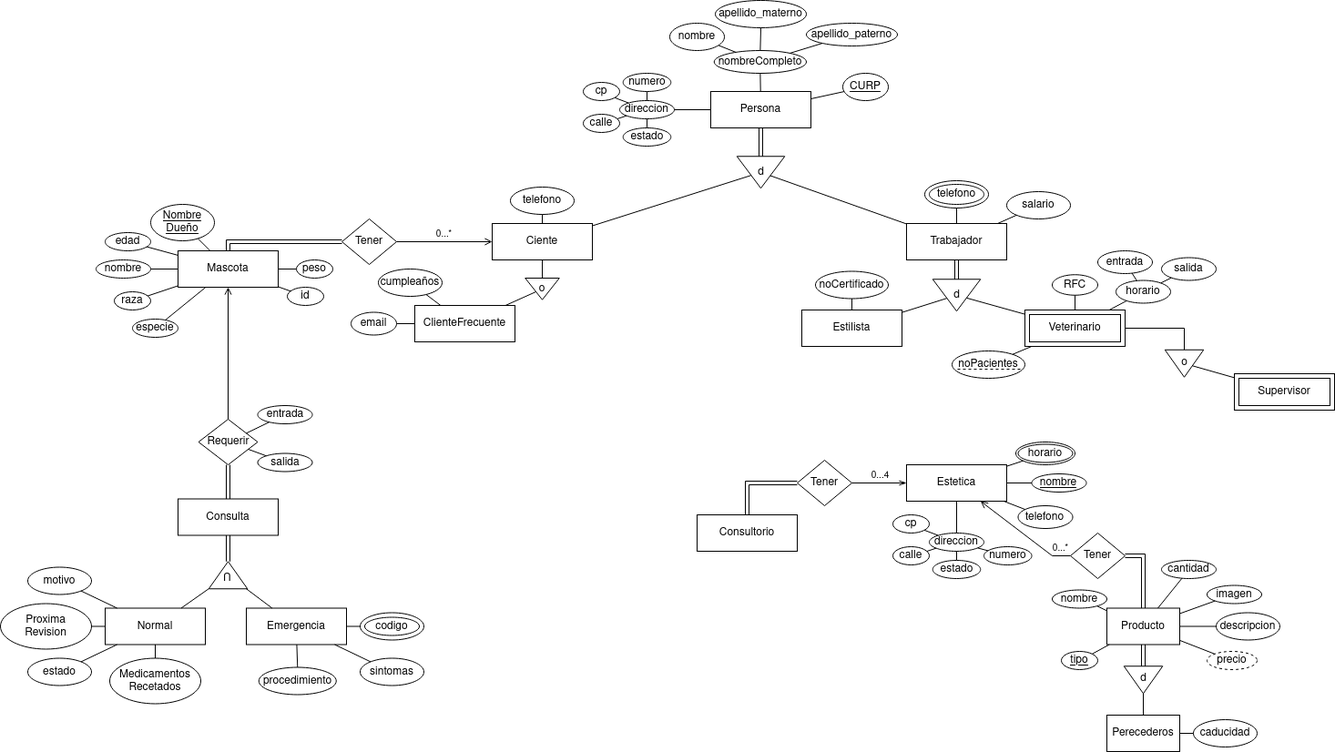
DavidHdezU/FundamentosBasesDeDatosPracticas keeps this draw.io diagram as Practica03_DVDSJ/Diagramas/ERDVDSJ.png. Above is the earlier version. Source tidied: cells renumbered, new cells last; positions are measured from the earlier drawing's top-left corner, leaving out a move shared by most shapes.
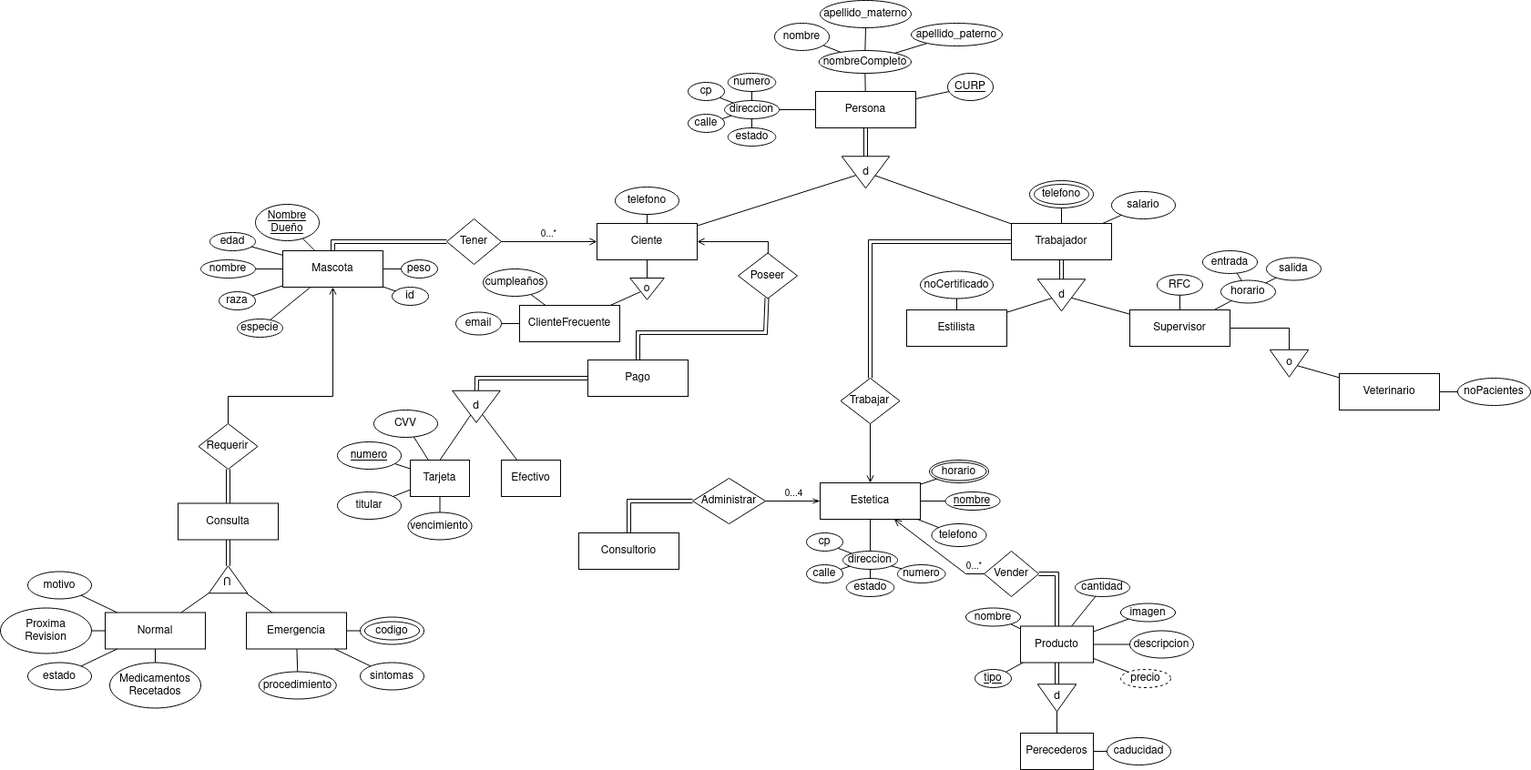
After the change.

The edit, as a diff of the source:
```diff
@@ -127,3 +127,3 @@
     </mxCell>
-    <mxCell id="43" value="Veterinario" style="rounded=0;whiteSpace=wrap;html=1;" parent="1" vertex="1">
+    <mxCell id="43" value="Supervisor" style="rounded=0;whiteSpace=wrap;html=1;" parent="1" vertex="1">
       <mxGeometry x="1125" y="340" width="110" height="40" as="geometry" />
@@ -134,3 +134,3 @@
     <mxCell id="45" value="noPacientes" style="ellipse;whiteSpace=wrap;html=1;" parent="1" vertex="1">
-      <mxGeometry x="1045" y="385" width="80" height="30" as="geometry" />
+      <mxGeometry x="1485" y="415" width="80" height="30" as="geometry" />
     </mxCell>
@@ -145,3 +145,3 @@
     </mxCell>
-    <mxCell id="49" style="endArrow=none;html=1;rounded=0;fontSize=11;" parent="1" edge="1" source="43" target="45">
+    <mxCell id="49" style="endArrow=none;html=1;rounded=0;fontSize=11;" parent="1" edge="1" source="59" target="45">
       <mxGeometry relative="1" as="geometry" />
@@ -172,6 +172,3 @@
     </mxCell>
-    <mxCell id="58" style="rounded=0;whiteSpace=wrap;html=1;fillColor=none;" parent="1" vertex="1">
-      <mxGeometry x="1130" y="345" width="100" height="30" as="geometry" />
-    </mxCell>
-    <mxCell id="59" value="Supervisor" style="rounded=0;whiteSpace=wrap;html=1;" parent="1" vertex="1">
+    <mxCell id="59" value="Veterinario" style="rounded=0;whiteSpace=wrap;html=1;" parent="1" vertex="1">
       <mxGeometry x="1355" y="410" width="110" height="40" as="geometry" />
@@ -185,19 +182,10 @@
     </mxCell>
-    <mxCell id="61" style="rounded=0;whiteSpace=wrap;html=1;fillColor=none;" parent="1" vertex="1">
-      <mxGeometry x="1360" y="415" width="100" height="30" as="geometry" />
-    </mxCell>
-    <mxCell id="62" style="endArrow=none;dashed=1;html=1;rounded=0;fontSize=11;" parent="1" edge="1">
-      <mxGeometry relative="1" as="geometry">
-        <mxPoint x="1120" y="405" as="sourcePoint" />
-        <mxPoint x="1050" y="405" as="targetPoint" />
-      </mxGeometry>
-    </mxCell>
     <mxCell id="63" value="Estetica" style="rounded=0;whiteSpace=wrap;html=1;" parent="1" vertex="1">
-      <mxGeometry x="995" y="510" width="110" height="40" as="geometry" />
+      <mxGeometry x="785" y="530" width="110" height="40" as="geometry" />
     </mxCell>
     <mxCell id="64" value="nombre" style="ellipse;whiteSpace=wrap;html=1;fontStyle=4;" parent="1" vertex="1">
-      <mxGeometry x="1132.5" y="520" width="60" height="20" as="geometry" />
+      <mxGeometry x="922.5" y="540" width="60" height="20" as="geometry" />
     </mxCell>
     <mxCell id="65" value="telefono" style="ellipse;whiteSpace=wrap;html=1;" parent="1" vertex="1">
-      <mxGeometry x="1117.5" y="555" width="60" height="25" as="geometry" />
+      <mxGeometry x="907.5" y="575" width="60" height="25" as="geometry" />
     </mxCell>
@@ -213,3 +201,3 @@
     <mxCell id="69" value="horario" style="ellipse;whiteSpace=wrap;html=1;" parent="1" vertex="1">
-      <mxGeometry x="1115" y="485" width="65" height="25" as="geometry" />
+      <mxGeometry x="905" y="505" width="65" height="25" as="geometry" />
     </mxCell>
@@ -219,3 +207,3 @@
     <mxCell id="71" style="ellipse;whiteSpace=wrap;html=1;fillColor=none;" parent="1" vertex="1">
-      <mxGeometry x="1117.5" y="487.5" width="60" height="20" as="geometry" />
+      <mxGeometry x="907.5" y="507.5" width="60" height="20" as="geometry" />
     </mxCell>
@@ -240,3 +228,3 @@
     <mxCell id="78" value="direccion" style="ellipse;whiteSpace=wrap;html=1;" parent="1" vertex="1">
-      <mxGeometry x="1020" y="585" width="60" height="20" as="geometry" />
+      <mxGeometry x="810" y="605" width="60" height="20" as="geometry" />
     </mxCell>
@@ -255,18 +243,18 @@
     <mxCell id="83" value="calle" style="ellipse;whiteSpace=wrap;html=1;" parent="1" vertex="1">
-      <mxGeometry x="980" y="600" width="40" height="20" as="geometry" />
+      <mxGeometry x="770" y="620" width="40" height="20" as="geometry" />
     </mxCell>
     <mxCell id="84" value="numero" style="ellipse;whiteSpace=wrap;html=1;" parent="1" vertex="1">
-      <mxGeometry x="1080" y="600" width="52.5" height="20" as="geometry" />
+      <mxGeometry x="870" y="620" width="52.5" height="20" as="geometry" />
     </mxCell>
     <mxCell id="85" value="cp" style="ellipse;whiteSpace=wrap;html=1;" parent="1" vertex="1">
-      <mxGeometry x="980" y="565" width="40" height="20" as="geometry" />
+      <mxGeometry x="770" y="585" width="40" height="20" as="geometry" />
     </mxCell>
     <mxCell id="86" value="estado" style="ellipse;whiteSpace=wrap;html=1;" parent="1" vertex="1">
-      <mxGeometry x="1023.8" y="615" width="52.5" height="20" as="geometry" />
+      <mxGeometry x="813.8" y="635" width="52.5" height="20" as="geometry" />
     </mxCell>
     <mxCell id="87" value="Consultorio" style="rounded=0;whiteSpace=wrap;html=1;" parent="1" vertex="1">
-      <mxGeometry x="765" y="565" width="110" height="40" as="geometry" />
+      <mxGeometry x="520" y="585" width="110" height="40" as="geometry" />
     </mxCell>
-    <mxCell id="88" value="Tener" style="rhombus;whiteSpace=wrap;html=1;fillColor=default;" parent="1" vertex="1">
-      <mxGeometry x="875" y="505" width="60" height="50" as="geometry" />
+    <mxCell id="88" value="Administrar" style="rhombus;whiteSpace=wrap;html=1;fillColor=default;" parent="1" vertex="1">
+      <mxGeometry x="645" y="525" width="80" height="50" as="geometry" />
     </mxCell>
@@ -275,3 +263,3 @@
         <Array as="points">
-          <mxPoint x="820" y="530" />
+          <mxPoint x="575" y="550" />
         </Array>
@@ -341,24 +329,24 @@
     <mxCell id="109" value="Producto" style="rounded=0;whiteSpace=wrap;html=1;" parent="1" vertex="1">
-      <mxGeometry x="1215" y="667.5" width="80" height="40" as="geometry" />
+      <mxGeometry x="1005" y="687.5" width="80" height="40" as="geometry" />
     </mxCell>
     <mxCell id="110" value="precio" style="ellipse;whiteSpace=wrap;html=1;dashed=1;" parent="1" vertex="1">
-      <mxGeometry x="1325" y="715" width="55" height="20" as="geometry" />
+      <mxGeometry x="1115" y="735" width="55" height="20" as="geometry" />
     </mxCell>
     <mxCell id="111" value="nombre" style="ellipse;whiteSpace=wrap;html=1;fontStyle=0;" parent="1" vertex="1">
-      <mxGeometry x="1155" y="647.5" width="60" height="20" as="geometry" />
+      <mxGeometry x="945" y="667.5" width="60" height="20" as="geometry" />
     </mxCell>
     <mxCell id="112" value="tipo" style="ellipse;whiteSpace=wrap;html=1;fontStyle=4;" parent="1" vertex="1">
-      <mxGeometry x="1165" y="715" width="40" height="20" as="geometry" />
+      <mxGeometry x="955" y="735" width="40" height="20" as="geometry" />
     </mxCell>
     <mxCell id="113" value="imagen" style="ellipse;whiteSpace=wrap;html=1;fontStyle=0;" parent="1" vertex="1">
-      <mxGeometry x="1325" y="642.5" width="60" height="20" as="geometry" />
+      <mxGeometry x="1115" y="662.5" width="60" height="20" as="geometry" />
     </mxCell>
     <mxCell id="114" value="caducidad" style="ellipse;whiteSpace=wrap;html=1;fontStyle=0;" parent="1" vertex="1">
-      <mxGeometry x="1310" y="790" width="70" height="30" as="geometry" />
+      <mxGeometry x="1100" y="810" width="70" height="30" as="geometry" />
     </mxCell>
     <mxCell id="115" value="descripcion" style="ellipse;whiteSpace=wrap;html=1;fontStyle=0;" parent="1" vertex="1">
-      <mxGeometry x="1335" y="672.5" width="70" height="30" as="geometry" />
+      <mxGeometry x="1125" y="692.5" width="70" height="30" as="geometry" />
     </mxCell>
     <mxCell id="116" value="cantidad" style="ellipse;whiteSpace=wrap;html=1;fontStyle=0;" parent="1" vertex="1">
-      <mxGeometry x="1275" y="615" width="60" height="20" as="geometry" />
+      <mxGeometry x="1065" y="635" width="60" height="20" as="geometry" />
     </mxCell>
@@ -367,3 +355,3 @@
         <Array as="points">
-          <mxPoint x="1155" y="610" />
+          <mxPoint x="945" y="630" />
         </Array>
@@ -390,3 +378,3 @@
     <mxCell id="124" value="d" style="triangle;whiteSpace=wrap;html=1;rotation=90;labelPosition=center;verticalLabelPosition=middle;align=center;verticalAlign=top;horizontal=0;" parent="1" vertex="1">
-      <mxGeometry x="1240" y="725" width="30" height="42.5" as="geometry" />
+      <mxGeometry x="1030" y="745" width="30" height="42.5" as="geometry" />
     </mxCell>
@@ -396,3 +384,3 @@
     <mxCell id="126" value="Perecederos" style="rounded=0;whiteSpace=wrap;html=1;" parent="1" vertex="1">
-      <mxGeometry x="1215" y="785" width="80" height="40" as="geometry" />
+      <mxGeometry x="1005" y="805" width="80" height="40" as="geometry" />
     </mxCell>
@@ -404,4 +392,4 @@
     </mxCell>
-    <mxCell id="129" value="Tener" style="rhombus;whiteSpace=wrap;html=1;fillColor=default;" parent="1" vertex="1">
-      <mxGeometry x="1175" y="585" width="60" height="50" as="geometry" />
+    <mxCell id="129" value="Vender" style="rhombus;whiteSpace=wrap;html=1;fillColor=default;" parent="1" vertex="1">
+      <mxGeometry x="965" y="605" width="60" height="50" as="geometry" />
     </mxCell>
@@ -410,3 +398,3 @@
         <Array as="points">
-          <mxPoint x="1255" y="610" />
+          <mxPoint x="1045" y="630" />
         </Array>
@@ -415,33 +403,33 @@
     <mxCell id="131" value="Consulta" style="rounded=0;whiteSpace=wrap;html=1;" parent="1" vertex="1">
-      <mxGeometry x="195" y="547.5" width="110" height="40" as="geometry" />
+      <mxGeometry x="80" y="552.5" width="110" height="40" as="geometry" />
     </mxCell>
     <mxCell id="132" value="Normal" style="rounded=0;whiteSpace=wrap;html=1;" parent="1" vertex="1">
-      <mxGeometry x="115" y="667.5" width="110" height="40" as="geometry" />
+      <mxGeometry y="672.5" width="110" height="40" as="geometry" />
     </mxCell>
     <mxCell id="133" value="&lt;div&gt;Emergencia&lt;/div&gt;" style="rounded=0;whiteSpace=wrap;html=1;" parent="1" vertex="1">
-      <mxGeometry x="270" y="667.5" width="110" height="40" as="geometry" />
+      <mxGeometry x="155" y="672.5" width="110" height="40" as="geometry" />
     </mxCell>
     <mxCell id="134" value="estado" style="ellipse;whiteSpace=wrap;html=1;fontStyle=0;" parent="1" vertex="1">
-      <mxGeometry x="30" y="722.5" width="70" height="30" as="geometry" />
+      <mxGeometry x="-85" y="727.5" width="70" height="30" as="geometry" />
     </mxCell>
     <mxCell id="135" value="motivo" style="ellipse;whiteSpace=wrap;html=1;fontStyle=0;" parent="1" vertex="1">
-      <mxGeometry x="30" y="622.5" width="70" height="30" as="geometry" />
+      <mxGeometry x="-85" y="627.5" width="70" height="30" as="geometry" />
     </mxCell>
     <mxCell id="136" value="Medicamentos&lt;div&gt;Recetados&lt;br&gt;&lt;/div&gt;" style="ellipse;whiteSpace=wrap;html=1;fontStyle=0;verticalAlign=middle;" parent="1" vertex="1">
-      <mxGeometry x="120" y="722.5" width="100" height="50" as="geometry" />
+      <mxGeometry x="5" y="727.5" width="100" height="50" as="geometry" />
     </mxCell>
     <mxCell id="137" value="&lt;div&gt;Proxima&lt;/div&gt;&lt;div&gt;Revision&lt;br&gt;&lt;/div&gt;" style="ellipse;whiteSpace=wrap;html=1;fontStyle=0;verticalAlign=middle;" parent="1" vertex="1">
-      <mxGeometry y="662.5" width="100" height="50" as="geometry" />
+      <mxGeometry x="-115" y="667.5" width="100" height="50" as="geometry" />
     </mxCell>
     <mxCell id="138" value="sintomas" style="ellipse;whiteSpace=wrap;html=1;fontStyle=0;" parent="1" vertex="1">
-      <mxGeometry x="395" y="722.5" width="70" height="30" as="geometry" />
+      <mxGeometry x="280" y="727.5" width="70" height="30" as="geometry" />
     </mxCell>
     <mxCell id="139" value="codigo" style="ellipse;whiteSpace=wrap;html=1;fontStyle=0;" parent="1" vertex="1">
-      <mxGeometry x="395" y="672.5" width="70" height="30" as="geometry" />
+      <mxGeometry x="280" y="677.5" width="70" height="30" as="geometry" />
     </mxCell>
     <mxCell id="140" value="procedimiento" style="ellipse;whiteSpace=wrap;html=1;fontStyle=0;" parent="1" vertex="1">
-      <mxGeometry x="283.8" y="732.5" width="85" height="30" as="geometry" />
+      <mxGeometry x="168.8" y="737.5" width="85" height="30" as="geometry" />
     </mxCell>
     <mxCell id="141" value="U" style="triangle;whiteSpace=wrap;html=1;rotation=-90;labelPosition=center;verticalLabelPosition=middle;align=center;verticalAlign=top;horizontal=0;" parent="1" vertex="1">
-      <mxGeometry x="235" y="610" width="30" height="42.5" as="geometry" />
+      <mxGeometry x="120" y="615" width="30" height="42.5" as="geometry" />
     </mxCell>
@@ -478,10 +466,4 @@
     <mxCell id="152" value="Requerir" style="rhombus;whiteSpace=wrap;html=1;fillColor=default;" parent="1" vertex="1">
-      <mxGeometry x="217.5" y="460" width="65" height="50" as="geometry" />
+      <mxGeometry x="102.5" y="465" width="65" height="50" as="geometry" />
     </mxCell>
-    <mxCell id="153" value="entrada" style="ellipse;whiteSpace=wrap;html=1;fontStyle=0;" parent="1" vertex="1">
-      <mxGeometry x="282.5" y="445" width="60" height="20" as="geometry" />
-    </mxCell>
-    <mxCell id="154" style="endArrow=none;html=1;rounded=0;fontSize=10;" parent="1" edge="1" source="152" target="153">
-      <mxGeometry relative="1" as="geometry" />
-    </mxCell>
     <mxCell id="155" style="endArrow=none;html=1;rounded=0;fontSize=10;shape=link;" parent="1" edge="1" source="152" target="131">
@@ -490,13 +472,92 @@
     <mxCell id="156" style="endArrow=open;html=1;rounded=0;fontSize=10;endFill=0;" parent="1" edge="1" source="152" target="91">
-      <mxGeometry relative="1" as="geometry" />
+      <mxGeometry relative="1" as="geometry">
+        <Array as="points">
+          <mxPoint x="135" y="435" />
+          <mxPoint x="250" y="435" />
+        </Array>
+      </mxGeometry>
     </mxCell>
     <mxCell id="157" style="ellipse;whiteSpace=wrap;html=1;fontStyle=0;fillColor=none;" parent="1" vertex="1">
-      <mxGeometry x="400" y="677.5" width="60" height="20" as="geometry" />
+      <mxGeometry x="285" y="682.5" width="60" height="20" as="geometry" />
     </mxCell>
-    <mxCell id="158" value="salida" style="ellipse;whiteSpace=wrap;html=1;fontStyle=0;" parent="1" vertex="1">
-      <mxGeometry x="282.5" y="497.5" width="60" height="20" as="geometry" />
-    </mxCell>
-    <mxCell id="159" style="endArrow=none;html=1;rounded=0;fontSize=10;" parent="1" edge="1" source="158" target="152">
-      <mxGeometry relative="1" as="geometry" />
-    </mxCell>
+    <mxCell id="160" value="Trabajar" style="rhombus;whiteSpace=wrap;html=1;fillColor=default;" parent="1" vertex="1">
+      <mxGeometry x="807.5" y="415" width="65" height="50" as="geometry" />
+    </mxCell>
+    <mxCell id="161" style="endArrow=none;html=1;rounded=0;fontSize=10;shape=link;" parent="1" edge="1" source="160" target="29">
+      <mxGeometry relative="1" as="geometry">
+        <Array as="points">
+          <mxPoint x="840" y="265" />
+        </Array>
+      </mxGeometry>
+    </mxCell>
+    <mxCell id="162" style="endArrow=open;html=1;rounded=0;fontSize=10;endFill=0;" parent="1" edge="1" source="160" target="63">
+      <mxGeometry relative="1" as="geometry" />
+    </mxCell>
+    <mxCell id="163" value="Poseer" style="rhombus;whiteSpace=wrap;html=1;fillColor=default;" parent="1" vertex="1">
+      <mxGeometry x="695" y="277.5" width="65" height="50" as="geometry" />
+    </mxCell>
+    <mxCell id="164" value="Pago" style="rounded=0;whiteSpace=wrap;html=1;" parent="1" vertex="1">
+      <mxGeometry x="530" y="395" width="110" height="40" as="geometry" />
+    </mxCell>
+    <mxCell id="165" style="endArrow=none;html=1;rounded=0;fontSize=10;shape=link;" parent="1" edge="1" source="163" target="164">
+      <mxGeometry relative="1" as="geometry">
+        <Array as="points">
+          <mxPoint x="725" y="365" />
+          <mxPoint x="585" y="365" />
+        </Array>
+      </mxGeometry>
+    </mxCell>
+    <mxCell id="166" style="endArrow=open;html=1;rounded=0;fontSize=10;endFill=0;" parent="1" edge="1" source="163" target="15">
+      <mxGeometry relative="1" as="geometry">
+        <Array as="points">
+          <mxPoint x="728" y="265" />
+        </Array>
+      </mxGeometry>
+    </mxCell>
+    <mxCell id="167" value="d" style="triangle;whiteSpace=wrap;html=1;rotation=90;labelPosition=center;verticalLabelPosition=middle;align=center;verticalAlign=middle;horizontal=0;" parent="1" vertex="1">
+      <mxGeometry x="390" y="420" width="35" height="52.5" as="geometry" />
+    </mxCell>
+    <mxCell id="168" style="endArrow=none;html=1;rounded=0;fontSize=11;exitX=0.5;exitY=0;exitDx=0;exitDy=0;" parent="1" edge="1" source="170" target="167">
+      <mxGeometry relative="1" as="geometry" />
+    </mxCell>
+    <mxCell id="169" style="endArrow=none;html=1;rounded=0;fontSize=11;" parent="1" edge="1" source="171" target="167">
+      <mxGeometry relative="1" as="geometry" />
+    </mxCell>
+    <mxCell id="170" value="Tarjeta" style="rounded=0;whiteSpace=wrap;html=1;" parent="1" vertex="1">
+      <mxGeometry x="335" y="505" width="65" height="40" as="geometry" />
+    </mxCell>
+    <mxCell id="171" value="Efectivo" style="rounded=0;whiteSpace=wrap;html=1;" parent="1" vertex="1">
+      <mxGeometry x="435" y="505" width="65" height="40" as="geometry" />
+    </mxCell>
+    <mxCell id="172" style="endArrow=none;html=1;rounded=0;fontSize=10;shape=link;" parent="1" edge="1" source="167" target="164">
+      <mxGeometry relative="1" as="geometry">
+        <Array as="points">
+          <mxPoint x="408" y="415" />
+        </Array>
+      </mxGeometry>
+    </mxCell>
+    <mxCell id="173" value="CVV" style="ellipse;whiteSpace=wrap;html=1;fontStyle=0;" parent="1" vertex="1">
+      <mxGeometry x="295" y="450" width="70" height="30" as="geometry" />
+    </mxCell>
+    <mxCell id="174" value="titular" style="ellipse;whiteSpace=wrap;html=1;fontStyle=0;" parent="1" vertex="1">
+      <mxGeometry x="255" y="540" width="70" height="30" as="geometry" />
+    </mxCell>
+    <mxCell id="175" value="numero" style="ellipse;whiteSpace=wrap;html=1;fontStyle=4;" parent="1" vertex="1">
+      <mxGeometry x="255" y="485" width="70" height="30" as="geometry" />
+    </mxCell>
+    <mxCell id="176" value="vencimiento" style="ellipse;whiteSpace=wrap;html=1;fontStyle=0;" parent="1" vertex="1">
+      <mxGeometry x="332.5" y="562.5" width="70" height="30" as="geometry" />
+    </mxCell>
+    <mxCell id="177" style="endArrow=none;html=1;rounded=0;" parent="1" edge="1" source="170" target="175">
+      <mxGeometry relative="1" as="geometry" />
+    </mxCell>
+    <mxCell id="178" style="endArrow=none;html=1;rounded=0;" parent="1" edge="1" source="170" target="173">
+      <mxGeometry relative="1" as="geometry" />
+    </mxCell>
+    <mxCell id="179" style="endArrow=none;html=1;rounded=0;" parent="1" edge="1" source="170" target="174">
+      <mxGeometry relative="1" as="geometry" />
+    </mxCell>
+    <mxCell id="180" style="endArrow=none;html=1;rounded=0;" parent="1" edge="1" source="170" target="176">
+      <mxGeometry relative="1" as="geometry" />
+    </mxCell>
   </root>
```
